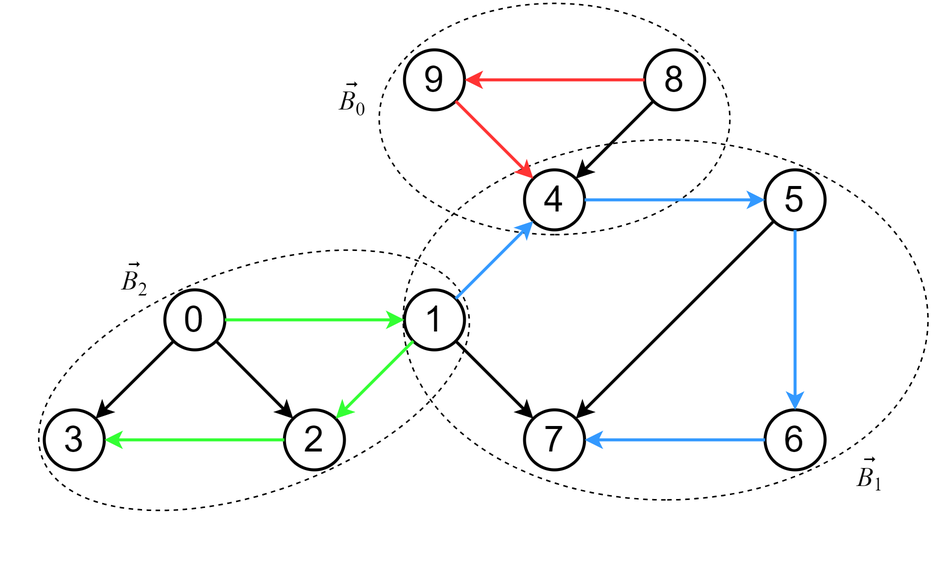
Before: thesis/images/first_graph_components.png, a diagram exported from draw.io (IC-99/book-embeddings). Source tidied: cells renumbered, new cells last; positions are measured from the earlier drawing's top-left corner, leaving out a move shared by most shapes. Source of this version:
```xml
<mxGraphModel>
  <root>
    <mxCell id="0" />
    <mxCell id="1" parent="0" />
    <mxCell id="2" style="ellipse;whiteSpace=wrap;html=1;fillColor=none;dashed=1;rotation=70;" parent="1" vertex="1">
      <mxGeometry x="65.3" y="140.7" width="148.8" height="300.5" as="geometry" />
    </mxCell>
    <mxCell id="3" style="ellipse;whiteSpace=wrap;html=1;fillColor=none;dashed=1;rotation=90;" parent="1" vertex="1">
      <mxGeometry x="262.9" width="154.2" height="233.7" as="geometry" />
    </mxCell>
    <mxCell id="4" style="ellipse;whiteSpace=wrap;html=1;fillColor=none;dashed=1;rotation=90;" parent="1" vertex="1">
      <mxGeometry x="294" y="75.9" width="240" height="349.7" as="geometry" />
    </mxCell>
    <mxCell id="5" value="&lt;i style=&quot;font-size: 18px;&quot;&gt;B&lt;/i&gt;&lt;sub style=&quot;&quot;&gt;&lt;font style=&quot;font-size: 12.5px;&quot;&gt;1&lt;/font&gt;&lt;/sub&gt;" style="text;html=1;align=center;verticalAlign=middle;strokeColor=none;fillColor=none;strokeWidth=1;fontFamily=Times New Roman;fontStyle=0;" parent="1" vertex="1">
      <mxGeometry x="530" y="336.7" width="40" height="40" as="geometry" />
    </mxCell>
    <mxCell id="6" value="&lt;span style=&quot;&quot;&gt;&lt;span style=&quot;font-style: italic; font-size: 18px;&quot;&gt;B&lt;/span&gt;&lt;span style=&quot;font-size: 15px;&quot;&gt;&lt;sub style=&quot;&quot;&gt;0&lt;/sub&gt;&lt;/span&gt;&lt;/span&gt;" style="text;html=1;align=center;verticalAlign=middle;strokeColor=none;fillColor=none;strokeWidth=1;fontFamily=Times New Roman;fontStyle=0;" parent="1" vertex="1">
      <mxGeometry x="185.3" y="85.7" width="40" height="40" as="geometry" />
    </mxCell>
    <mxCell id="7" value="&lt;span style=&quot;&quot;&gt;&lt;span style=&quot;font-style: italic; font-size: 18px;&quot;&gt;B&lt;/span&gt;&lt;span style=&quot;font-size: 15px;&quot;&gt;&lt;sub style=&quot;&quot;&gt;2&lt;/sub&gt;&lt;/span&gt;&lt;/span&gt;" style="text;html=1;align=center;verticalAlign=middle;strokeColor=none;fillColor=none;strokeWidth=1;fontFamily=Times New Roman;fontStyle=0;" parent="1" vertex="1">
      <mxGeometry x="40" y="205.7" width="40" height="40" as="geometry" />
    </mxCell>
    <mxCell id="8" value="&lt;var class=&quot;vector&quot;&gt;&lt;span&gt;&lt;font style=&quot;font-size: 18px;&quot;&gt;⃗&lt;/font&gt;&lt;/span&gt;&lt;/var&gt;" style="text;html=1;align=center;verticalAlign=middle;strokeColor=none;fillColor=none;fontFamily=Times New Roman;" parent="1" vertex="1">
      <mxGeometry x="540" y="330.7" width="20" height="40" as="geometry" />
    </mxCell>
    <mxCell id="9" value="&lt;var class=&quot;vector&quot;&gt;&lt;span&gt;&lt;font style=&quot;font-size: 18px;&quot;&gt;⃗&lt;/font&gt;&lt;/span&gt;&lt;/var&gt;" style="text;html=1;align=center;verticalAlign=middle;strokeColor=none;fillColor=none;fontFamily=Times New Roman;" parent="1" vertex="1">
      <mxGeometry x="195.3" y="80.7" width="20" height="40" as="geometry" />
    </mxCell>
    <mxCell id="10" value="&lt;var class=&quot;vector&quot;&gt;&lt;span&gt;&lt;font style=&quot;font-size: 18px;&quot;&gt;⃗&lt;/font&gt;&lt;/span&gt;&lt;/var&gt;" style="text;html=1;align=center;verticalAlign=middle;strokeColor=none;fillColor=none;fontFamily=Times New Roman;" parent="1" vertex="1">
      <mxGeometry x="50" y="200.7" width="20" height="40" as="geometry" />
    </mxCell>
    <mxCell id="11" value="&lt;font face=&quot;Helvetica&quot; style=&quot;font-size: 24px;&quot;&gt;0&lt;/font&gt;" style="ellipse;whiteSpace=wrap;html=1;strokeWidth=2;" parent="1" vertex="1">
      <mxGeometry x="80.3" y="230.7" width="40" height="40" as="geometry" />
    </mxCell>
    <mxCell id="12" value="&lt;font face=&quot;Helvetica&quot; style=&quot;font-size: 24px;&quot;&gt;1&lt;/font&gt;" style="ellipse;whiteSpace=wrap;html=1;strokeWidth=2;" parent="1" vertex="1">
      <mxGeometry x="240" y="230.7" width="40" height="40" as="geometry" />
    </mxCell>
    <mxCell id="13" value="&lt;font face=&quot;Helvetica&quot; style=&quot;font-size: 24px;&quot;&gt;2&lt;/font&gt;" style="ellipse;whiteSpace=wrap;html=1;strokeWidth=2;" parent="1" vertex="1">
      <mxGeometry x="160" y="310.7" width="40" height="40" as="geometry" />
    </mxCell>
    <mxCell id="14" value="&lt;font face=&quot;Helvetica&quot; style=&quot;font-size: 24px;&quot;&gt;3&lt;/font&gt;" style="ellipse;whiteSpace=wrap;html=1;strokeWidth=2;" parent="1" vertex="1">
      <mxGeometry y="310.7" width="40" height="40" as="geometry" />
    </mxCell>
    <mxCell id="15" value="&lt;font face=&quot;Helvetica&quot; style=&quot;font-size: 24px;&quot;&gt;4&lt;/font&gt;" style="ellipse;whiteSpace=wrap;html=1;strokeWidth=2;" parent="1" vertex="1">
      <mxGeometry x="320" y="150.7" width="40" height="40" as="geometry" />
    </mxCell>
    <mxCell id="16" value="&lt;font face=&quot;Helvetica&quot; style=&quot;font-size: 24px;&quot;&gt;7&lt;/font&gt;" style="ellipse;whiteSpace=wrap;html=1;strokeWidth=2;" parent="1" vertex="1">
      <mxGeometry x="320" y="310.7" width="40" height="40" as="geometry" />
    </mxCell>
    <mxCell id="17" value="&lt;font face=&quot;Helvetica&quot; style=&quot;font-size: 24px;&quot;&gt;9&lt;/font&gt;" style="ellipse;whiteSpace=wrap;html=1;strokeWidth=2;" parent="1" vertex="1">
      <mxGeometry x="240" y="70.7" width="40" height="40" as="geometry" />
    </mxCell>
    <mxCell id="18" value="&lt;font face=&quot;Helvetica&quot; style=&quot;font-size: 24px;&quot;&gt;8&lt;/font&gt;" style="ellipse;whiteSpace=wrap;html=1;strokeWidth=2;" parent="1" vertex="1">
      <mxGeometry x="400" y="70.7" width="40" height="40" as="geometry" />
    </mxCell>
    <mxCell id="19" value="&lt;font face=&quot;Helvetica&quot; style=&quot;font-size: 24px;&quot;&gt;5&lt;/font&gt;" style="ellipse;whiteSpace=wrap;html=1;strokeWidth=2;" parent="1" vertex="1">
      <mxGeometry x="480.3" y="150.7" width="40" height="40" as="geometry" />
    </mxCell>
    <mxCell id="20" value="&lt;font face=&quot;Helvetica&quot; style=&quot;font-size: 24px;&quot;&gt;6&lt;/font&gt;" style="ellipse;whiteSpace=wrap;html=1;strokeWidth=2;" parent="1" vertex="1">
      <mxGeometry x="480.3" y="310.7" width="40" height="40" as="geometry" />
    </mxCell>
    <mxCell id="21" style="endArrow=classic;html=1;rounded=0;exitX=1;exitY=0.5;exitDx=0;exitDy=0;strokeWidth=2;entryX=0;entryY=0.5;entryDx=0;entryDy=0;strokeColor=#33FF33;" parent="1" edge="1" source="11" target="12">
      <mxGeometry relative="1" as="geometry" />
    </mxCell>
    <mxCell id="22" style="endArrow=classic;html=1;rounded=0;exitX=1;exitY=1;exitDx=0;exitDy=0;strokeWidth=2;entryX=0;entryY=0;entryDx=0;entryDy=0;" parent="1" edge="1" source="11" target="13">
      <mxGeometry relative="1" as="geometry" />
    </mxCell>
    <mxCell id="23" style="endArrow=classic;html=1;rounded=0;exitX=0;exitY=1;exitDx=0;exitDy=0;strokeWidth=2;entryX=1;entryY=0;entryDx=0;entryDy=0;" parent="1" edge="1" source="11" target="14">
      <mxGeometry relative="1" as="geometry" />
    </mxCell>
    <mxCell id="24" style="endArrow=classic;html=1;rounded=0;exitX=0;exitY=0.5;exitDx=0;exitDy=0;strokeWidth=2;entryX=1;entryY=0.5;entryDx=0;entryDy=0;strokeColor=#33FF33;" parent="1" edge="1" source="13" target="14">
      <mxGeometry relative="1" as="geometry" />
    </mxCell>
    <mxCell id="25" style="endArrow=classic;html=1;rounded=0;exitX=0;exitY=1;exitDx=0;exitDy=0;strokeWidth=2;entryX=1;entryY=0;entryDx=0;entryDy=0;strokeColor=#33FF33;" parent="1" edge="1" source="12" target="13">
      <mxGeometry relative="1" as="geometry" />
    </mxCell>
    <mxCell id="26" style="endArrow=classic;html=1;rounded=0;exitX=1;exitY=1;exitDx=0;exitDy=0;strokeWidth=2;entryX=0;entryY=0;entryDx=0;entryDy=0;" parent="1" edge="1" source="12" target="16">
      <mxGeometry relative="1" as="geometry" />
    </mxCell>
    <mxCell id="27" style="endArrow=classic;html=1;rounded=0;exitX=1;exitY=0;exitDx=0;exitDy=0;strokeWidth=2;entryX=0;entryY=1;entryDx=0;entryDy=0;strokeColor=#3399FF;" parent="1" edge="1" source="12" target="15">
      <mxGeometry relative="1" as="geometry" />
    </mxCell>
    <mxCell id="28" style="endArrow=classic;html=1;rounded=0;exitX=1;exitY=0.5;exitDx=0;exitDy=0;strokeWidth=2;entryX=0;entryY=0.5;entryDx=0;entryDy=0;strokeColor=#3399FF;" parent="1" edge="1" source="15" target="19">
      <mxGeometry relative="1" as="geometry" />
    </mxCell>
    <mxCell id="29" style="endArrow=classic;html=1;rounded=0;exitX=0.5;exitY=1;exitDx=0;exitDy=0;strokeWidth=2;entryX=0.5;entryY=0;entryDx=0;entryDy=0;strokeColor=#3399FF;" parent="1" edge="1" source="19" target="20">
      <mxGeometry relative="1" as="geometry" />
    </mxCell>
    <mxCell id="30" style="endArrow=classic;html=1;rounded=0;exitX=0;exitY=1;exitDx=0;exitDy=0;strokeWidth=2;entryX=1;entryY=0;entryDx=0;entryDy=0;" parent="1" edge="1" source="19" target="16">
      <mxGeometry relative="1" as="geometry" />
    </mxCell>
    <mxCell id="31" style="endArrow=classic;html=1;rounded=0;exitX=0;exitY=0.5;exitDx=0;exitDy=0;strokeWidth=2;entryX=1;entryY=0.5;entryDx=0;entryDy=0;strokeColor=#3399FF;" parent="1" edge="1" source="20" target="16">
      <mxGeometry relative="1" as="geometry" />
    </mxCell>
    <mxCell id="32" style="endArrow=classic;html=1;rounded=0;exitX=0;exitY=0.5;exitDx=0;exitDy=0;strokeWidth=2;entryX=1;entryY=0.5;entryDx=0;entryDy=0;strokeColor=#FF3333;" parent="1" edge="1" source="18" target="17">
      <mxGeometry relative="1" as="geometry" />
    </mxCell>
    <mxCell id="33" style="endArrow=classic;html=1;rounded=0;exitX=0;exitY=1;exitDx=0;exitDy=0;strokeWidth=2;entryX=1;entryY=0;entryDx=0;entryDy=0;" parent="1" edge="1" source="18" target="15">
      <mxGeometry relative="1" as="geometry" />
    </mxCell>
    <mxCell id="34" style="endArrow=classic;html=1;rounded=0;exitX=1;exitY=1;exitDx=0;exitDy=0;strokeWidth=2;entryX=0;entryY=0;entryDx=0;entryDy=0;strokeColor=#FF3333;" parent="1" edge="1" source="17" target="15">
      <mxGeometry relative="1" as="geometry" />
    </mxCell>
  </root>
</mxGraphModel>
```
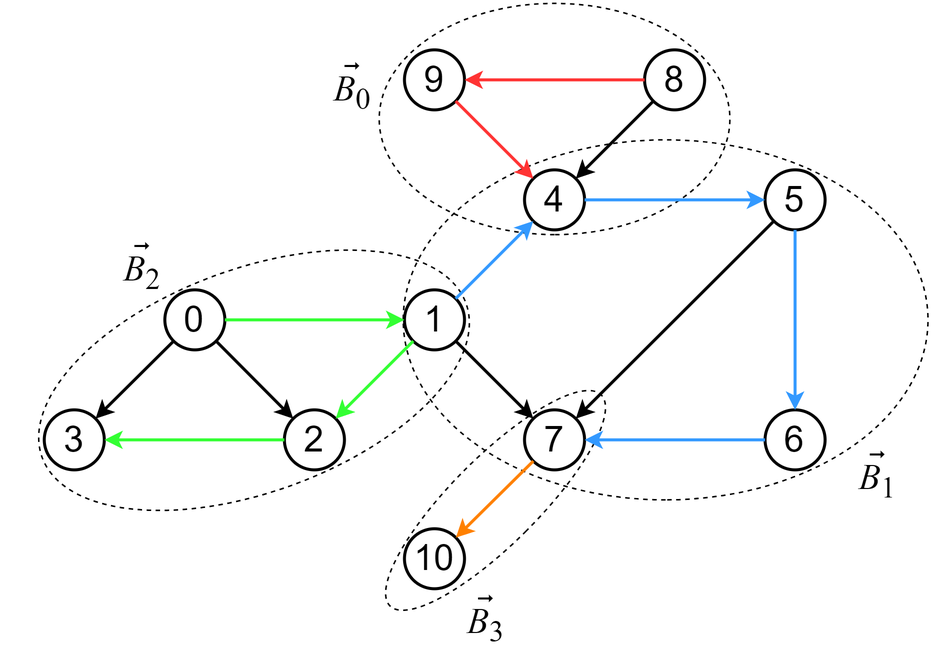
Above is the later version.

Change to the diagram source:
```diff
@@ -5,29 +5,20 @@
     <mxCell id="2" style="ellipse;whiteSpace=wrap;html=1;fillColor=none;dashed=1;rotation=70;" parent="1" vertex="1">
       <mxGeometry x="65.3" y="140.7" width="148.8" height="300.5" as="geometry" />
     </mxCell>
+    <mxCell id="35" style="ellipse;whiteSpace=wrap;html=1;fillColor=none;dashed=1;rotation=45;" parent="1" vertex="1">
+      <mxGeometry x="271.8" y="271.6" width="57.7" height="199" as="geometry" />
+    </mxCell>
     <mxCell id="3" style="ellipse;whiteSpace=wrap;html=1;fillColor=none;dashed=1;rotation=90;" parent="1" vertex="1">
       <mxGeometry x="262.9" width="154.2" height="233.7" as="geometry" />
     </mxCell>
     <mxCell id="4" style="ellipse;whiteSpace=wrap;html=1;fillColor=none;dashed=1;rotation=90;" parent="1" vertex="1">
       <mxGeometry x="294" y="75.9" width="240" height="349.7" as="geometry" />
     </mxCell>
-    <mxCell id="5" value="&lt;i style=&quot;font-size: 18px;&quot;&gt;B&lt;/i&gt;&lt;sub style=&quot;&quot;&gt;&lt;font style=&quot;font-size: 12.5px;&quot;&gt;1&lt;/font&gt;&lt;/sub&gt;" style="text;html=1;align=center;verticalAlign=middle;strokeColor=none;fillColor=none;strokeWidth=1;fontFamily=Times New Roman;fontStyle=0;" parent="1" vertex="1">
-      <mxGeometry x="530" y="336.7" width="40" height="40" as="geometry" />
-    </mxCell>
-    <mxCell id="6" value="&lt;span style=&quot;&quot;&gt;&lt;span style=&quot;font-style: italic; font-size: 18px;&quot;&gt;B&lt;/span&gt;&lt;span style=&quot;font-size: 15px;&quot;&gt;&lt;sub style=&quot;&quot;&gt;0&lt;/sub&gt;&lt;/span&gt;&lt;/span&gt;" style="text;html=1;align=center;verticalAlign=middle;strokeColor=none;fillColor=none;strokeWidth=1;fontFamily=Times New Roman;fontStyle=0;" parent="1" vertex="1">
-      <mxGeometry x="185.3" y="85.7" width="40" height="40" as="geometry" />
-    </mxCell>
-    <mxCell id="7" value="&lt;span style=&quot;&quot;&gt;&lt;span style=&quot;font-style: italic; font-size: 18px;&quot;&gt;B&lt;/span&gt;&lt;span style=&quot;font-size: 15px;&quot;&gt;&lt;sub style=&quot;&quot;&gt;2&lt;/sub&gt;&lt;/span&gt;&lt;/span&gt;" style="text;html=1;align=center;verticalAlign=middle;strokeColor=none;fillColor=none;strokeWidth=1;fontFamily=Times New Roman;fontStyle=0;" parent="1" vertex="1">
-      <mxGeometry x="40" y="205.7" width="40" height="40" as="geometry" />
+    <mxCell id="7" value="&lt;span style=&quot;font-size: 24px; font-style: italic;&quot;&gt;B&lt;/span&gt;&lt;sub style=&quot;&quot;&gt;&lt;font style=&quot;font-size: 20px;&quot;&gt;2&lt;/font&gt;&lt;/sub&gt;" style="text;html=1;align=center;verticalAlign=middle;strokeColor=none;fillColor=none;strokeWidth=1;fontFamily=Times New Roman;fontStyle=0;fontSize=24;" parent="1" vertex="1">
+      <mxGeometry x="40" y="193.7" width="50" height="50" as="geometry" />
     </mxCell>
-    <mxCell id="8" value="&lt;var class=&quot;vector&quot;&gt;&lt;span&gt;&lt;font style=&quot;font-size: 18px;&quot;&gt;⃗&lt;/font&gt;&lt;/span&gt;&lt;/var&gt;" style="text;html=1;align=center;verticalAlign=middle;strokeColor=none;fillColor=none;fontFamily=Times New Roman;" parent="1" vertex="1">
-      <mxGeometry x="540" y="330.7" width="20" height="40" as="geometry" />
-    </mxCell>
-    <mxCell id="9" value="&lt;var class=&quot;vector&quot;&gt;&lt;span&gt;&lt;font style=&quot;font-size: 18px;&quot;&gt;⃗&lt;/font&gt;&lt;/span&gt;&lt;/var&gt;" style="text;html=1;align=center;verticalAlign=middle;strokeColor=none;fillColor=none;fontFamily=Times New Roman;" parent="1" vertex="1">
-      <mxGeometry x="195.3" y="80.7" width="20" height="40" as="geometry" />
-    </mxCell>
-    <mxCell id="10" value="&lt;var class=&quot;vector&quot;&gt;&lt;span&gt;&lt;font style=&quot;font-size: 18px;&quot;&gt;⃗&lt;/font&gt;&lt;/span&gt;&lt;/var&gt;" style="text;html=1;align=center;verticalAlign=middle;strokeColor=none;fillColor=none;fontFamily=Times New Roman;" parent="1" vertex="1">
-      <mxGeometry x="50" y="200.7" width="20" height="40" as="geometry" />
+    <mxCell id="10" value="&lt;var class=&quot;vector&quot;&gt;&lt;span&gt;&lt;font style=&quot;font-size: 24px;&quot;&gt;⃗&lt;/font&gt;&lt;/span&gt;&lt;/var&gt;" style="text;html=1;align=center;verticalAlign=middle;strokeColor=none;fillColor=none;fontFamily=Times New Roman;" parent="1" vertex="1">
+      <mxGeometry x="55" y="190.7" width="20" height="40" as="geometry" />
     </mxCell>
     <mxCell id="11" value="&lt;font face=&quot;Helvetica&quot; style=&quot;font-size: 24px;&quot;&gt;0&lt;/font&gt;" style="ellipse;whiteSpace=wrap;html=1;strokeWidth=2;" parent="1" vertex="1">
       <mxGeometry x="80.3" y="230.7" width="40" height="40" as="geometry" />
@@ -101,5 +92,29 @@
     <mxCell id="34" style="endArrow=classic;html=1;rounded=0;exitX=1;exitY=1;exitDx=0;exitDy=0;strokeWidth=2;entryX=0;entryY=0;entryDx=0;entryDy=0;strokeColor=#FF3333;" parent="1" edge="1" source="17" target="15">
       <mxGeometry relative="1" as="geometry" />
     </mxCell>
+    <mxCell id="36" value="&lt;font face=&quot;Helvetica&quot; style=&quot;font-size: 24px;&quot;&gt;10&lt;/font&gt;" style="ellipse;whiteSpace=wrap;html=1;strokeWidth=2;" parent="1" vertex="1">
+      <mxGeometry x="240" y="390" width="40" height="40" as="geometry" />
+    </mxCell>
+    <mxCell id="37" style="endArrow=classic;html=1;rounded=0;strokeWidth=2;strokeColor=#FF8000;" parent="1" edge="1" source="16" target="36">
+      <mxGeometry relative="1" as="geometry" />
+    </mxCell>
+    <mxCell id="6" value="&lt;span style=&quot;font-size: 24px; font-style: italic;&quot;&gt;B&lt;/span&gt;&lt;sub style=&quot;&quot;&gt;&lt;font style=&quot;font-size: 20px;&quot;&gt;0&lt;/font&gt;&lt;/sub&gt;" style="text;html=1;align=center;verticalAlign=middle;strokeColor=none;fillColor=none;strokeWidth=1;fontFamily=Times New Roman;fontStyle=0;fontSize=24;" parent="1" vertex="1">
+      <mxGeometry x="180" y="73.7" width="50" height="50" as="geometry" />
+    </mxCell>
+    <mxCell id="38" value="&lt;var class=&quot;vector&quot;&gt;&lt;span&gt;&lt;font style=&quot;font-size: 24px;&quot;&gt;⃗&lt;/font&gt;&lt;/span&gt;&lt;/var&gt;" style="text;html=1;align=center;verticalAlign=middle;strokeColor=none;fillColor=none;fontFamily=Times New Roman;" parent="1" vertex="1">
+      <mxGeometry x="195" y="70.7" width="20" height="40" as="geometry" />
+    </mxCell>
+    <mxCell id="5" value="&lt;span style=&quot;font-size: 24px; font-style: italic;&quot;&gt;B&lt;/span&gt;&lt;sub style=&quot;&quot;&gt;&lt;font style=&quot;font-size: 20px;&quot;&gt;1&lt;/font&gt;&lt;/sub&gt;" style="text;html=1;align=center;verticalAlign=middle;strokeColor=none;fillColor=none;strokeWidth=1;fontFamily=Times New Roman;fontStyle=0;fontSize=24;" parent="1" vertex="1">
+      <mxGeometry x="530" y="333" width="50" height="50" as="geometry" />
+    </mxCell>
+    <mxCell id="39" value="&lt;var class=&quot;vector&quot;&gt;&lt;span&gt;&lt;font style=&quot;font-size: 24px;&quot;&gt;⃗&lt;/font&gt;&lt;/span&gt;&lt;/var&gt;" style="text;html=1;align=center;verticalAlign=middle;strokeColor=none;fillColor=none;fontFamily=Times New Roman;" parent="1" vertex="1">
+      <mxGeometry x="545" y="330" width="20" height="40" as="geometry" />
+    </mxCell>
+    <mxCell id="40" value="&lt;span style=&quot;font-size: 24px; font-style: italic;&quot;&gt;B&lt;/span&gt;&lt;sub style=&quot;&quot;&gt;&lt;font style=&quot;font-size: 20px;&quot;&gt;3&lt;/font&gt;&lt;/sub&gt;" style="text;html=1;align=center;verticalAlign=middle;strokeColor=none;fillColor=none;strokeWidth=1;fontFamily=Times New Roman;fontStyle=0;fontSize=24;" parent="1" vertex="1">
+      <mxGeometry x="269" y="428.6" width="50" height="50" as="geometry" />
+    </mxCell>
+    <mxCell id="41" value="&lt;var class=&quot;vector&quot;&gt;&lt;span&gt;&lt;font style=&quot;font-size: 24px;&quot;&gt;⃗&lt;/font&gt;&lt;/span&gt;&lt;/var&gt;" style="text;html=1;align=center;verticalAlign=middle;strokeColor=none;fillColor=none;fontFamily=Times New Roman;" parent="1" vertex="1">
+      <mxGeometry x="284" y="425.6" width="20" height="40" as="geometry" />
+    </mxCell>
   </root>
 </mxGraphModel>
```
